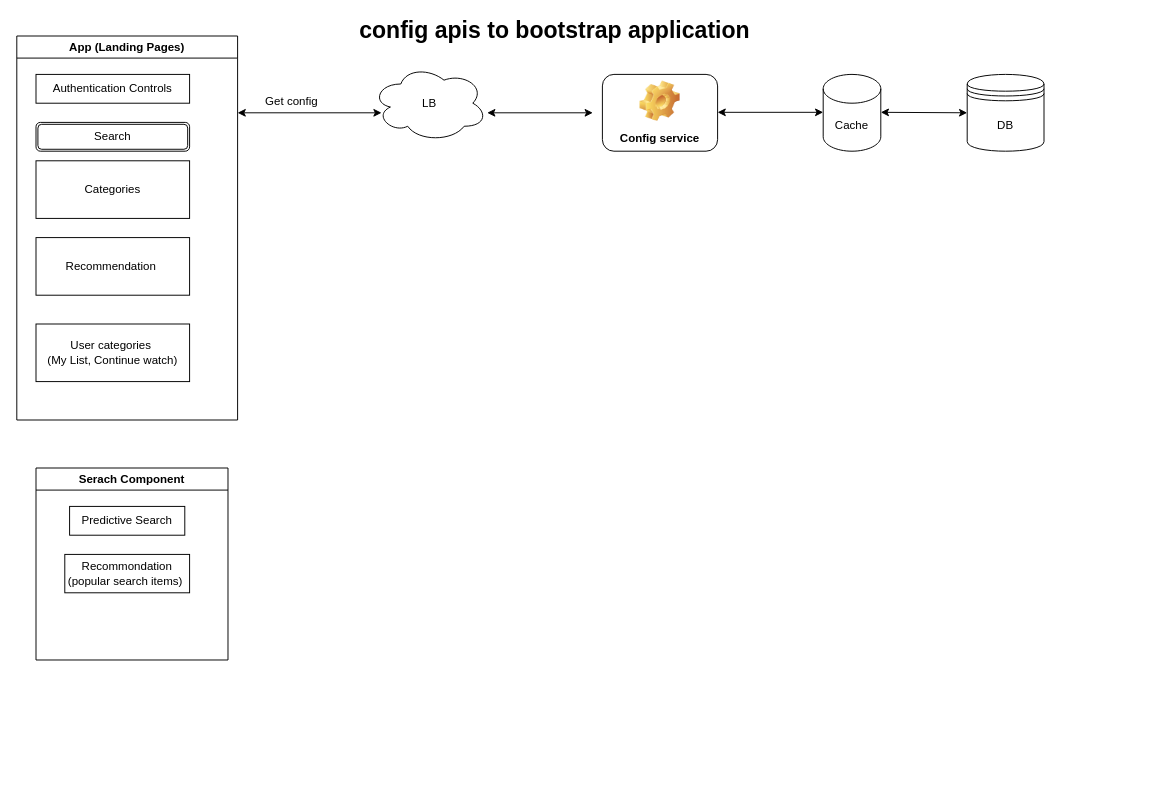
nitinchandrakar/system-design keeps this draw.io diagram as vod-app/hld.dio. Above is the earlier version. Source tidied: cells renumbered, new cells numbered last; positions are measured from the earlier drawing's top-left corner, leaving out a move shared by most shapes. Both pictures are drawn from the tidied source at 96%, with x=0, y=0 at pixel (16, 16).
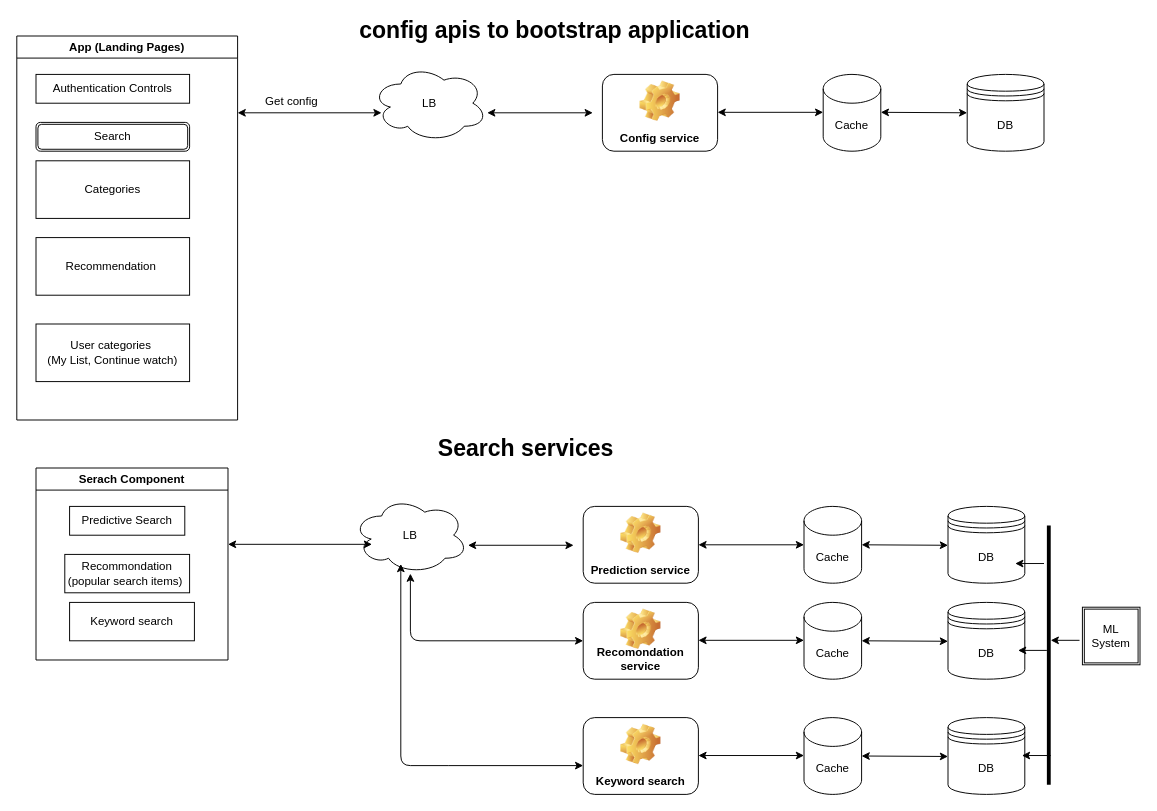
Above is the later version.

Unchanged cells that the change refers to:
```xml
<mxCell id="18" value="Serach Component" style="swimlane;" parent="1" vertex="1">
  <mxGeometry x="20" y="470" width="200" height="200" as="geometry" />
</mxCell>
```

Change to the diagram source:
```diff
@@
+    <mxCell id="21" value="Keyword search" style="whiteSpace=wrap;html=1;" parent="18" vertex="1">
+      <mxGeometry x="35" y="140" width="130" height="40" as="geometry" />
+    </mxCell>
+    <mxCell id="22" style="endArrow=classic;startArrow=classic;html=1;exitX=1;exitY=0.625;exitDx=0;exitDy=0;exitPerimeter=0;" parent="1" edge="1">
+      <mxGeometry relative="1" as="geometry">
+        <mxPoint x="470" y="550.5" as="sourcePoint" />
+        <mxPoint x="580" y="550.5" as="targetPoint" />
+      </mxGeometry>
+    </mxCell>
+    <mxCell id="23" style="endArrow=classic;startArrow=classic;html=1;exitX=1;exitY=0.625;exitDx=0;exitDy=0;exitPerimeter=0;" parent="1" edge="1">
+      <mxGeometry relative="1" as="geometry">
+        <mxPoint x="710" y="550" as="sourcePoint" />
+        <mxPoint x="820" y="550" as="targetPoint" />
+      </mxGeometry>
+    </mxCell>
+    <mxCell id="24" style="endArrow=classic;startArrow=classic;html=1;exitX=1;exitY=0.625;exitDx=0;exitDy=0;exitPerimeter=0;" parent="1" edge="1">
+      <mxGeometry relative="1" as="geometry">
+        <mxPoint x="880" y="550" as="sourcePoint" />
+        <mxPoint x="970" y="550.5" as="targetPoint" />
+      </mxGeometry>
+    </mxCell>
+    <mxCell id="25" value="LB" style="ellipse;shape=cloud;whiteSpace=wrap;html=1;" parent="1" vertex="1">
+      <mxGeometry x="350" y="500" width="120" height="80" as="geometry" />
+    </mxCell>
+    <mxCell id="26" value="Prediction service" style="label;whiteSpace=wrap;html=1;align=center;verticalAlign=bottom;spacingLeft=0;spacingBottom=4;imageAlign=center;imageVerticalAlign=top;image=img/clipart/Gear_128x128.png;" parent="1" vertex="1">
+      <mxGeometry x="590" y="510" width="120" height="80" as="geometry" />
+    </mxCell>
+    <mxCell id="27" value="Cache" style="shape=cylinder3;whiteSpace=wrap;html=1;boundedLbl=1;backgroundOutline=1;size=15;" parent="1" vertex="1">
+      <mxGeometry x="820" y="510" width="60" height="80" as="geometry" />
+    </mxCell>
+    <mxCell id="28" value="DB" style="shape=datastore;whiteSpace=wrap;html=1;" parent="1" vertex="1">
+      <mxGeometry x="970" y="510" width="80" height="80" as="geometry" />
+    </mxCell>
+    <mxCell id="29" style="endArrow=classic;startArrow=classic;html=1;entryX=0.083;entryY=0.625;entryDx=0;entryDy=0;entryPerimeter=0;" parent="1" edge="1">
+      <mxGeometry relative="1" as="geometry">
+        <mxPoint x="220" y="549.5" as="sourcePoint" />
+        <mxPoint x="370" y="549.5" as="targetPoint" />
+      </mxGeometry>
+    </mxCell>
+    <mxCell id="30" value="Recomondation service" style="label;whiteSpace=wrap;html=1;align=center;verticalAlign=bottom;spacingLeft=0;spacingBottom=4;imageAlign=center;imageVerticalAlign=top;image=img/clipart/Gear_128x128.png;" parent="1" vertex="1">
+      <mxGeometry x="590" y="610" width="120" height="80" as="geometry" />
+    </mxCell>
+    <mxCell id="31" style="endArrow=classic;startArrow=classic;html=1;exitX=0;exitY=0.5;exitDx=0;exitDy=0;" parent="1" edge="1" source="30">
+      <mxGeometry relative="1" as="geometry">
+        <mxPoint x="410" y="580" as="targetPoint" />
+        <Array as="points">
+          <mxPoint x="410" y="650" />
+        </Array>
+      </mxGeometry>
+    </mxCell>
+    <mxCell id="32" style="endArrow=classic;startArrow=classic;html=1;exitX=1;exitY=0.625;exitDx=0;exitDy=0;exitPerimeter=0;" parent="1" edge="1">
+      <mxGeometry relative="1" as="geometry">
+        <mxPoint x="880" y="650" as="sourcePoint" />
+        <mxPoint x="970" y="650.5" as="targetPoint" />
+      </mxGeometry>
+    </mxCell>
+    <mxCell id="33" value="Cache" style="shape=cylinder3;whiteSpace=wrap;html=1;boundedLbl=1;backgroundOutline=1;size=15;" parent="1" vertex="1">
+      <mxGeometry x="820" y="610" width="60" height="80" as="geometry" />
+    </mxCell>
+    <mxCell id="34" value="DB" style="shape=datastore;whiteSpace=wrap;html=1;" parent="1" vertex="1">
+      <mxGeometry x="970" y="610" width="80" height="80" as="geometry" />
+    </mxCell>
+    <mxCell id="35" style="endArrow=classic;startArrow=classic;html=1;" parent="1" edge="1">
+      <mxGeometry relative="1" as="geometry">
+        <mxPoint x="590" y="780" as="sourcePoint" />
+        <mxPoint x="400" y="570" as="targetPoint" />
+        <Array as="points">
+          <mxPoint x="460" y="780" />
+          <mxPoint x="400" y="780" />
+        </Array>
+      </mxGeometry>
+    </mxCell>
+    <mxCell id="36" value="Keyword search" style="label;whiteSpace=wrap;html=1;align=center;verticalAlign=bottom;spacingLeft=0;spacingBottom=4;imageAlign=center;imageVerticalAlign=top;image=img/clipart/Gear_128x128.png;" parent="1" vertex="1">
+      <mxGeometry x="590" y="730" width="120" height="80" as="geometry" />
+    </mxCell>
+    <mxCell id="37" style="endArrow=classic;startArrow=classic;html=1;exitX=1;exitY=0.625;exitDx=0;exitDy=0;exitPerimeter=0;" parent="1" edge="1">
+      <mxGeometry relative="1" as="geometry">
+        <mxPoint x="710" y="649.5" as="sourcePoint" />
+        <mxPoint x="820" y="649.5" as="targetPoint" />
+      </mxGeometry>
+    </mxCell>
+    <mxCell id="38" value="ML System" style="shape=ext;double=1;whiteSpace=wrap;html=1;" parent="1" vertex="1">
+      <mxGeometry x="1110" y="615" width="60" height="60" as="geometry" />
+    </mxCell>
+    <mxCell id="39" style="endArrow=classic;startArrow=classic;html=1;exitX=1;exitY=0.625;exitDx=0;exitDy=0;exitPerimeter=0;" parent="1" edge="1">
+      <mxGeometry relative="1" as="geometry">
+        <mxPoint x="880" y="770" as="sourcePoint" />
+        <mxPoint x="970" y="770.5" as="targetPoint" />
+      </mxGeometry>
+    </mxCell>
+    <mxCell id="40" value="Cache" style="shape=cylinder3;whiteSpace=wrap;html=1;boundedLbl=1;backgroundOutline=1;size=15;" parent="1" vertex="1">
+      <mxGeometry x="820" y="730" width="60" height="80" as="geometry" />
+    </mxCell>
+    <mxCell id="41" value="DB" style="shape=datastore;whiteSpace=wrap;html=1;" parent="1" vertex="1">
+      <mxGeometry x="970" y="730" width="80" height="80" as="geometry" />
+    </mxCell>
+    <mxCell id="42" style="endArrow=classic;startArrow=classic;html=1;exitX=1;exitY=0.625;exitDx=0;exitDy=0;exitPerimeter=0;" parent="1" edge="1">
+      <mxGeometry relative="1" as="geometry">
+        <mxPoint x="710" y="769.5" as="sourcePoint" />
+        <mxPoint x="820" y="769.5" as="targetPoint" />
+      </mxGeometry>
+    </mxCell>
+    <mxCell id="43" style="line;strokeWidth=4;direction=south;html=1;perimeter=backbonePerimeter;" parent="1" vertex="1">
+      <mxGeometry x="1070" y="530" width="10" height="270" as="geometry" />
+    </mxCell>
+    <mxCell id="44" style="endArrow=classic;html=1;" parent="1" edge="1">
+      <mxGeometry relative="1" as="geometry">
+        <mxPoint x="1107" y="649.5" as="sourcePoint" />
+        <mxPoint x="1077" y="649.5" as="targetPoint" />
+      </mxGeometry>
+    </mxCell>
+    <mxCell id="45" style="endArrow=classic;html=1;" parent="1" edge="1">
+      <mxGeometry relative="1" as="geometry">
+        <mxPoint x="1070" y="569.5" as="sourcePoint" />
+        <mxPoint x="1040" y="569.5" as="targetPoint" />
+      </mxGeometry>
+    </mxCell>
+    <mxCell id="46" style="endArrow=classic;html=1;" parent="1" edge="1">
+      <mxGeometry relative="1" as="geometry">
+        <mxPoint x="1073" y="660" as="sourcePoint" />
+        <mxPoint x="1043" y="660" as="targetPoint" />
+      </mxGeometry>
+    </mxCell>
+    <mxCell id="47" style="endArrow=classic;html=1;" parent="1" edge="1">
+      <mxGeometry relative="1" as="geometry">
+        <mxPoint x="1077" y="769.5" as="sourcePoint" />
+        <mxPoint x="1047" y="769.5" as="targetPoint" />
+      </mxGeometry>
+    </mxCell>
+    <mxCell id="48" value="Search services" style="text;strokeColor=none;fillColor=none;html=1;fontSize=24;fontStyle=1;verticalAlign=middle;align=center;" parent="1" vertex="1">
+      <mxGeometry x="480" y="430" width="100" height="40" as="geometry" />
+    </mxCell>
```
